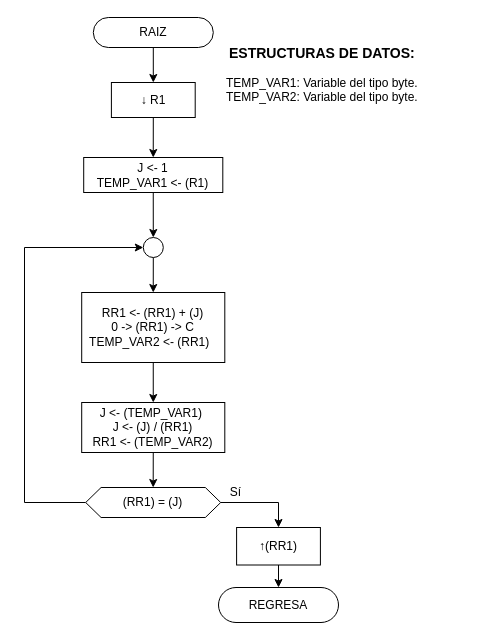
moisotico/Microprocesadores keeps this draw.io diagram as Tareas/T3/Diagramas/draw.io/RAIZ_BABI.drawio. Above is the earlier version. Source tidied: cells renumbered, new cells numbered last; positions are measured from the earlier drawing's top-left corner, leaving out a move shared by most shapes. Both pictures are drawn from the tidied source at 100%, with x=0, y=0 at pixel (24, 17).
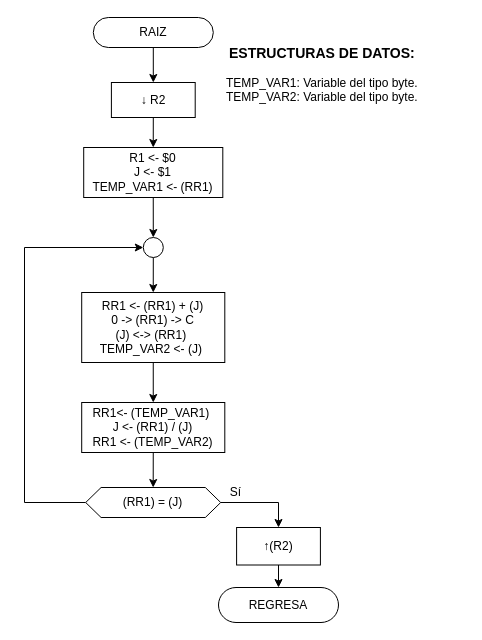
The same diagram, later.

Change to the diagram source:
```diff
@@
-    <mxCell id="5" value="↓ R1" style="rounded=0;whiteSpace=wrap;html=1;" parent="1" vertex="1">
+    <mxCell id="5" value="↓ R2" style="rounded=0;whiteSpace=wrap;html=1;" parent="1" vertex="1">
       <mxGeometry x="86.9" y="65" width="83.8" height="35" as="geometry" />
     </mxCell>
@@
-    <mxCell id="8" value="J &amp;lt;- 1&lt;br&gt;TEMP_VAR1 &amp;lt;- (R1)" style="rounded=0;whiteSpace=wrap;html=1;" parent="1" vertex="1">
-      <mxGeometry x="59.2" y="140" width="139.1" height="35" as="geometry" />
+    <mxCell id="8" value="R1 &amp;lt;- $0&lt;br&gt;J &amp;lt;- $1&lt;br&gt;TEMP_VAR1 &amp;lt;- (RR1)" style="rounded=0;whiteSpace=wrap;html=1;" parent="1" vertex="1">
+      <mxGeometry x="59.2" y="130" width="139.1" height="50" as="geometry" />
     </mxCell>
@@
-    <mxCell id="12" value="RR1 &amp;lt;- (RR1) + (J)&lt;br&gt;0 -&amp;gt; (RR1) -&amp;gt; C&lt;br&gt;TEMP_VAR2 &amp;lt;- (RR1)&amp;nbsp;&amp;nbsp;" style="rounded=0;whiteSpace=wrap;html=1;" parent="1" vertex="1">
+    <mxCell id="12" value="RR1 &amp;lt;- (RR1) + (J)&lt;br&gt;0 -&amp;gt; (RR1) -&amp;gt; C&lt;br&gt;(J) &amp;lt;-&amp;gt; (RR1)&amp;nbsp;&lt;br&gt;TEMP_VAR2 &amp;lt;- (J)&amp;nbsp;" style="rounded=0;whiteSpace=wrap;html=1;" parent="1" vertex="1">
       <mxGeometry x="57.2" y="275" width="143.1" height="70" as="geometry" />
     </mxCell>
@@
-    <mxCell id="17" value="↑(RR1)" style="rounded=0;whiteSpace=wrap;html=1;" parent="1" vertex="1">
+    <mxCell id="17" value="↑(R2)" style="rounded=0;whiteSpace=wrap;html=1;" parent="1" vertex="1">
       <mxGeometry x="212.1" y="510" width="83.8" height="37.5" as="geometry" />
     </mxCell>
@@
-    <mxCell id="21" value="J &amp;lt;- (TEMP_VAR1)&amp;nbsp;&lt;br&gt;J &amp;lt;- (J) / (RR1)&lt;br&gt;RR1 &amp;lt;- (TEMP_VAR2)" style="rounded=0;whiteSpace=wrap;html=1;" parent="1" vertex="1">
+    <mxCell id="21" value="RR1&amp;lt;- (TEMP_VAR1)&amp;nbsp;&lt;br&gt;J &amp;lt;- (RR1) / (J)&lt;br&gt;RR1 &amp;lt;- (TEMP_VAR2)" style="rounded=0;whiteSpace=wrap;html=1;" parent="1" vertex="1">
       <mxGeometry x="57.2" y="385" width="143.1" height="50" as="geometry" />
     </mxCell>
```
